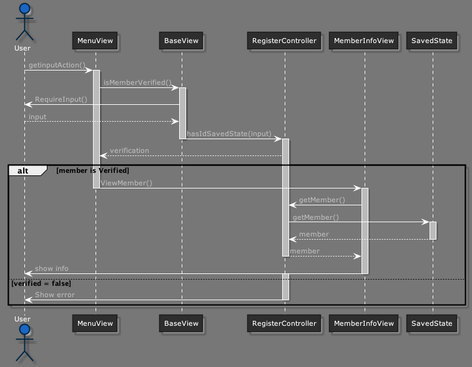
The PlantUML diagram diagrams/viewMember.png in clundstrom/mvc_pirates, before a commit.
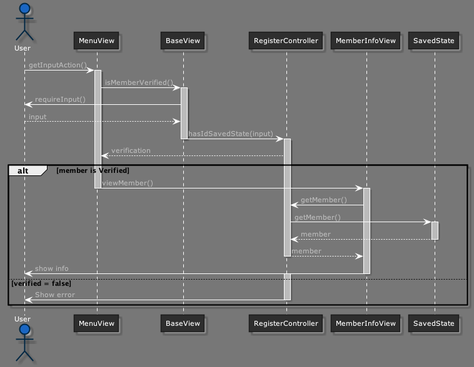
Above is the later version.

Diff of the diagram source:
```diff
@@ -265,11 +265,11 @@
 
 actor User
 
-User -> MenuView : getinputAction()
+User -> MenuView : getInputAction()
 activate MenuView
 MenuView -> BaseView : isMemberVerified()
 activate BaseView
-User <- BaseView : RequireInput()
+User <- BaseView : requireInput()
 User --> BaseView  : input
 BaseView -> RegisterController : hasIdSavedState(input)
 deactivate BaseView
@@ -277,7 +277,7 @@
 RegisterController --> MenuView : verification
 
 alt member is Verified
-    MenuView -> MemberInfoView : ViewMember()
+    MenuView -> MemberInfoView : viewMember()
     deactivate MenuView
     activate MemberInfoView
     MemberInfoView -> RegisterController : getMember()
```
